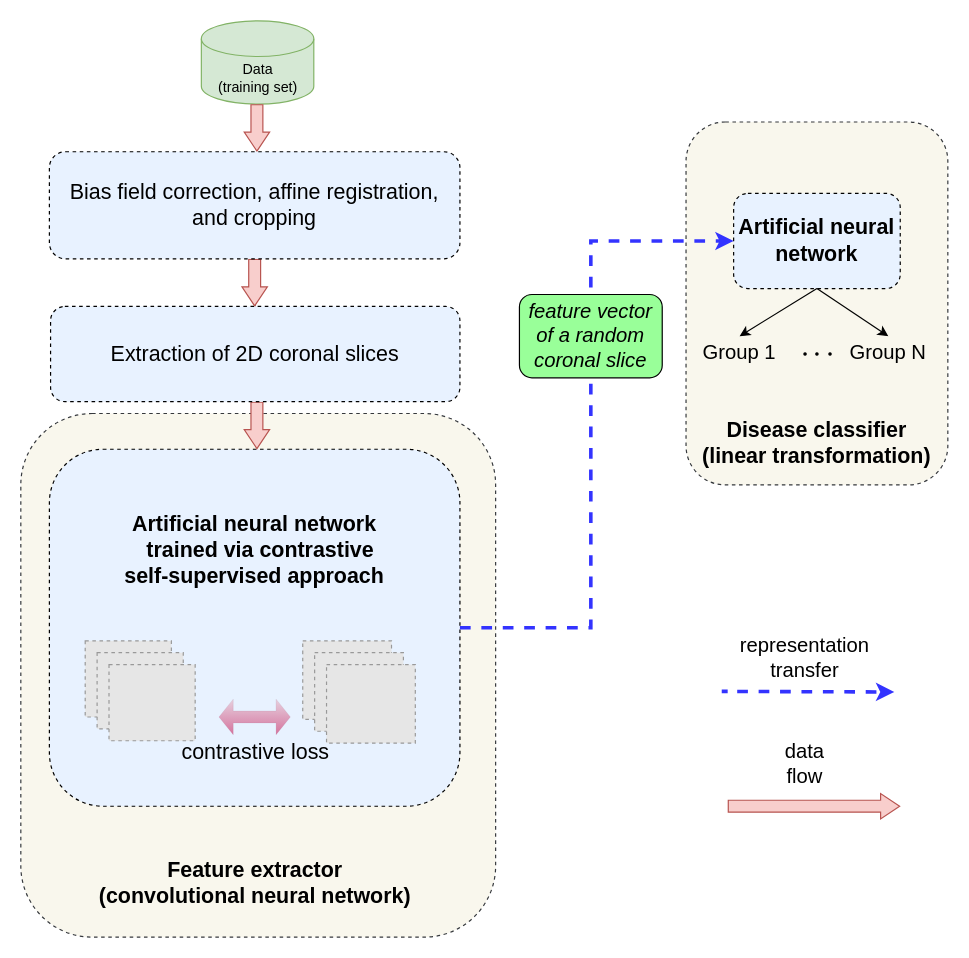
Above: images/architecture.drawio in rafayshahood/adni-modif (draw.io), before the change. Source tidied: cells renumbered, new cells numbered last; positions are measured from the earlier drawing's top-left corner, leaving out a move shared by most shapes. Both pictures are drawn from the tidied source at 119%, with x=0, y=0 at pixel (20, 20). Pictures stored in the file or linked from it are replaced by grey dashed boxes.
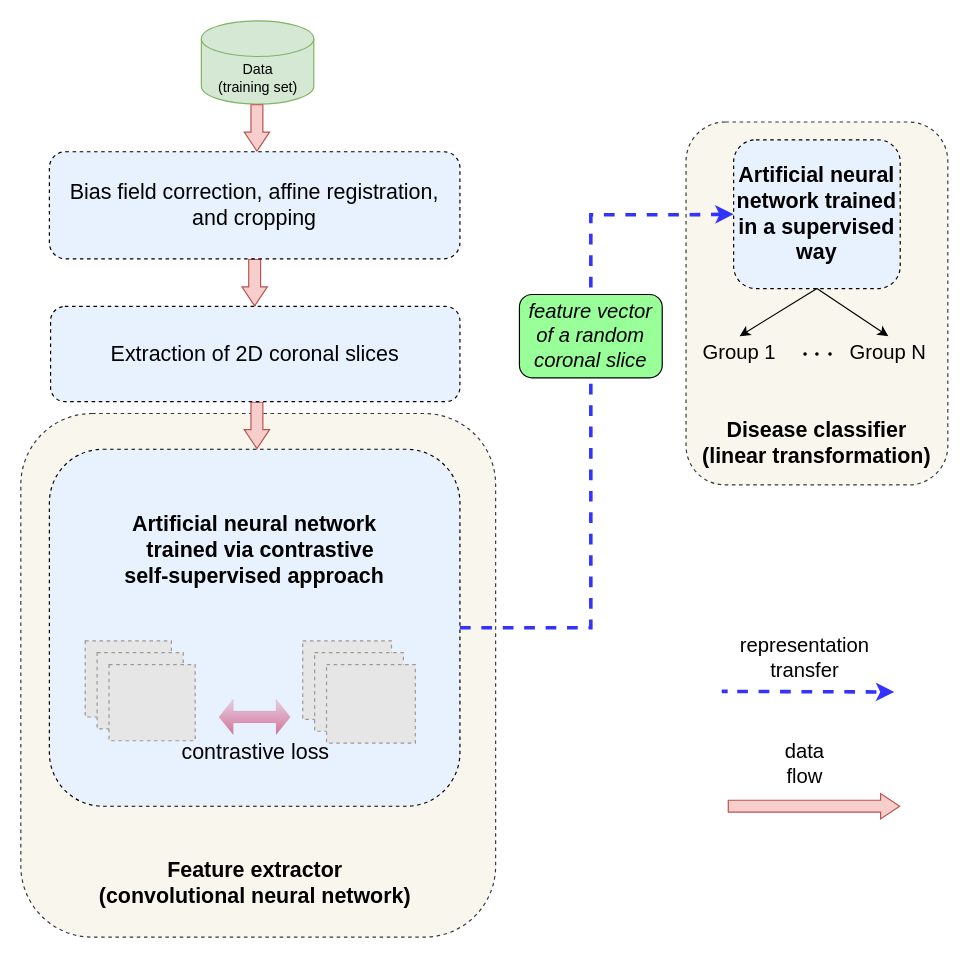
After the change.

Commit message (it also covers changes not shown here):
new architecture figure

What changed in the source:
```diff
@@
-    <mxCell id="20" value="&lt;b&gt;Artificial neural network&lt;/b&gt;" style="rounded=1;whiteSpace=wrap;html=1;fontSize=18;fillColor=#E8F2FF;dashed=1;" parent="1" vertex="1">
-      <mxGeometry x="599" y="145" width="140" height="80" as="geometry" />
+    <mxCell id="20" value="&lt;b&gt;Artificial neural network trained in a supervised way&lt;/b&gt;" style="rounded=1;whiteSpace=wrap;html=1;fontSize=18;fillColor=#E8F2FF;dashed=1;" parent="1" vertex="1">
+      <mxGeometry x="599" y="100" width="140" height="125" as="geometry" />
     </mxCell>
@@
     <mxCell id="27" style="edgeStyle=segmentEdgeStyle;endArrow=classic;html=1;rounded=0;dashed=1;strokeWidth=3;strokeColor=#3333FF;entryX=0;entryY=0.5;entryDx=0;entryDy=0;" parent="1" edge="1" target="20">
       <mxGeometry relative="1" as="geometry">
         <mxPoint x="369" y="510" as="sourcePoint" />
         <Array as="points">
-          <mxPoint x="369" y="510" />
           <mxPoint x="479" y="510" />
-          <mxPoint x="479" y="185" />
+          <mxPoint x="479" y="163" />
+          <mxPoint x="557" y="163" />
         </Array>
       </mxGeometry>
     </mxCell>
```
